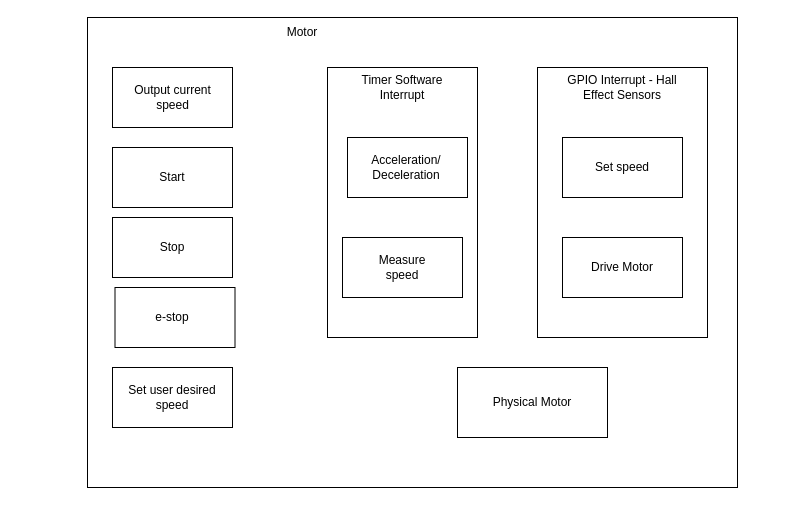
Before: State Diagram.drawio in Andreww72/Hellscape, a draw.io diagram. Source tidied: cells renumbered, new cells numbered last; positions are measured from the earlier drawing's top-left corner, leaving out a move shared by most shapes. Both pictures are drawn from the tidied source at 100%, with x=0, y=0 at pixel (87, 17).
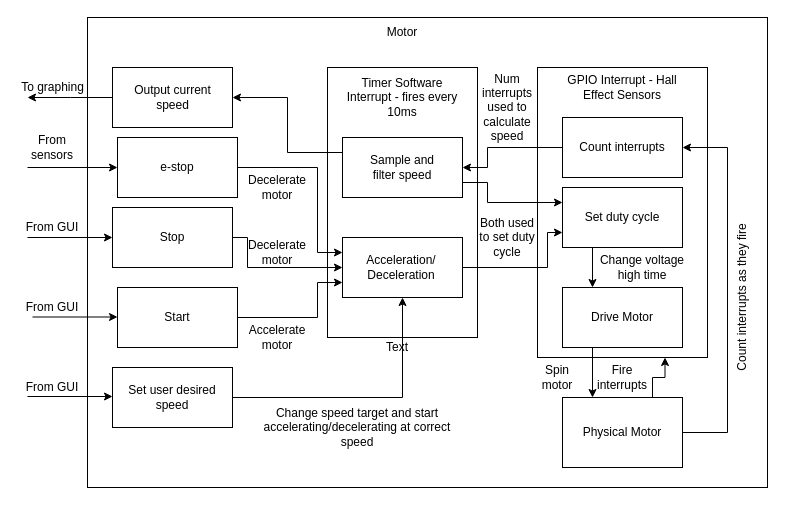
The same diagram, later.

Unchanged cells that the change refers to:
```xml
<mxCell id="3" style="group;" parent="1" vertex="1">
  <mxGeometry x="240" y="50" width="150" height="270" as="geometry" />
</mxCell>
<mxCell id="10" style="rounded=0;whiteSpace=wrap;html=1;" parent="9" vertex="1">
  <mxGeometry width="120" height="60" as="geometry" />
</mxCell>
<mxCell id="14" style="rounded=0;whiteSpace=wrap;html=1;" parent="13" vertex="1">
  <mxGeometry width="120" height="60" as="geometry" />
</mxCell>
<mxCell id="20" style="rounded=0;whiteSpace=wrap;html=1;" parent="19" vertex="1">
  <mxGeometry width="120" height="60" as="geometry" />
</mxCell>
<mxCell id="26" style="rounded=0;whiteSpace=wrap;html=1;" parent="25" vertex="1">
  <mxGeometry width="120" height="60" as="geometry" />
</mxCell>
<mxCell id="37" style="rounded=0;whiteSpace=wrap;html=1;" parent="36" vertex="1">
  <mxGeometry width="120" height="60" as="geometry" />
</mxCell>
```

Diff of the diagram source:
```diff
@@
     <mxCell id="2" style="rounded=0;whiteSpace=wrap;html=1;" parent="1" vertex="1">
-      <mxGeometry width="650" height="470" as="geometry" />
+      <mxGeometry width="680" height="470" as="geometry" />
     </mxCell>
@@
-    <mxCell id="4" style="rounded=0;whiteSpace=wrap;html=1;" parent="3" vertex="1">
+    <mxCell id="4" style="rounded=0;whiteSpace=wrap;html=1;strokeColor=#000000;" parent="3" vertex="1">
       <mxGeometry width="150" height="270" as="geometry" />
     </mxCell>
-    <mxCell id="5" value="Timer Software Interrupt" style="text;html=1;strokeColor=none;fillColor=none;align=center;verticalAlign=middle;whiteSpace=wrap;rounded=0;" parent="3" vertex="1">
-      <mxGeometry x="10" y="10" width="130" height="20" as="geometry" />
+    <mxCell id="5" value="Timer Software Interrupt - fires every 10ms" style="text;html=1;strokeColor=none;fillColor=none;align=center;verticalAlign=middle;whiteSpace=wrap;rounded=0;" parent="3" vertex="1">
+      <mxGeometry x="10" y="20" width="130" height="20" as="geometry" />
     </mxCell>
-    <mxCell id="6" style="group;" parent="3" vertex="1">
-      <mxGeometry x="20" y="70" width="120" height="60" as="geometry" />
-    </mxCell>
-    <mxCell id="7" style="rounded=0;whiteSpace=wrap;html=1;" parent="6" vertex="1">
-      <mxGeometry width="120" height="60" as="geometry" />
-    </mxCell>
-    <mxCell id="8" value="&lt;div&gt;Acceleration/&lt;/div&gt;&lt;div&gt;Deceleration&lt;/div&gt;" style="text;html=1;strokeColor=none;fillColor=none;align=center;verticalAlign=middle;whiteSpace=wrap;rounded=0;" parent="6" vertex="1">
-      <mxGeometry x="30" y="20" width="57.5" height="20" as="geometry" />
-    </mxCell>
     <mxCell id="9" style="group;" parent="3" vertex="1">
-      <mxGeometry x="15" y="170" width="120" height="60" as="geometry" />
+      <mxGeometry x="15" y="70" width="120" height="60" as="geometry" />
     </mxCell>
@@
-    <mxCell id="11" value="Measure speed" style="text;html=1;strokeColor=none;fillColor=none;align=center;verticalAlign=middle;whiteSpace=wrap;rounded=0;" parent="9" vertex="1">
-      <mxGeometry x="40" y="20" width="40" height="20" as="geometry" />
+    <mxCell id="11" value="Sample and filter speed" style="text;html=1;strokeColor=none;fillColor=none;align=center;verticalAlign=middle;whiteSpace=wrap;rounded=0;" parent="9" vertex="1">
+      <mxGeometry x="25" y="20" width="70" height="20" as="geometry" />
     </mxCell>
+    <mxCell id="6" style="group;" parent="3" vertex="1">
+      <mxGeometry x="15" y="170" width="120" height="60" as="geometry" />
+    </mxCell>
+    <mxCell id="39" style="group;" parent="6" vertex="1">
+      <mxGeometry width="120" height="60" as="geometry" />
+    </mxCell>
+    <mxCell id="7" style="rounded=0;whiteSpace=wrap;html=1;" parent="39" vertex="1">
+      <mxGeometry width="120" height="60" as="geometry" />
+    </mxCell>
+    <mxCell id="8" value="&lt;div&gt;Acceleration/&lt;/div&gt;&lt;div&gt;Deceleration&lt;/div&gt;" style="text;html=1;strokeColor=none;fillColor=none;align=center;verticalAlign=middle;whiteSpace=wrap;rounded=0;" parent="39" vertex="1">
+      <mxGeometry x="30" y="20" width="57.5" height="20" as="geometry" />
+    </mxCell>
     <mxCell id="12" value="Motor" style="text;html=1;strokeColor=none;fillColor=none;align=center;verticalAlign=middle;whiteSpace=wrap;rounded=0;" parent="1" vertex="1">
-      <mxGeometry x="160" width="110" height="30" as="geometry" />
+      <mxGeometry x="260" width="110" height="30" as="geometry" />
     </mxCell>
@@
-    <mxCell id="16" style="group;" parent="1" vertex="1">
-      <mxGeometry x="25" y="130" width="120" height="60" as="geometry" />
-    </mxCell>
-    <mxCell id="17" style="rounded=0;whiteSpace=wrap;html=1;" parent="16" vertex="1">
-      <mxGeometry width="120" height="60" as="geometry" />
-    </mxCell>
-    <mxCell id="18" value="Start" style="text;html=1;strokeColor=none;fillColor=none;align=center;verticalAlign=middle;whiteSpace=wrap;rounded=0;" parent="16" vertex="1">
-      <mxGeometry x="30" y="20" width="60" height="20" as="geometry" />
-    </mxCell>
     <mxCell id="19" style="group;" parent="1" vertex="1">
-      <mxGeometry x="25" y="200" width="120" height="60" as="geometry" />
+      <mxGeometry x="25" y="190" width="120" height="60" as="geometry" />
     </mxCell>
@@
-    <mxCell id="22" style="group;" parent="1" vertex="1">
-      <mxGeometry x="27.5" y="270" width="120" height="60" as="geometry" />
-    </mxCell>
-    <mxCell id="23" style="rounded=0;whiteSpace=wrap;html=1;" parent="22" vertex="1">
-      <mxGeometry width="120" height="60" as="geometry" />
-    </mxCell>
-    <mxCell id="24" value="e-stop" style="text;html=1;strokeColor=none;fillColor=none;align=center;verticalAlign=middle;whiteSpace=wrap;rounded=0;" parent="22" vertex="1">
-      <mxGeometry x="37.5" y="20" width="40" height="20" as="geometry" />
-    </mxCell>
@@
     <mxCell id="28" style="rounded=0;whiteSpace=wrap;html=1;" parent="1" vertex="1">
-      <mxGeometry x="450" y="50" width="170" height="270" as="geometry" />
+      <mxGeometry x="450" y="50" width="170" height="290" as="geometry" />
     </mxCell>
     <mxCell id="29" style="group;" parent="1" vertex="1">
-      <mxGeometry x="370" y="350" width="150" height="70" as="geometry" />
+      <mxGeometry x="460" y="380" width="150" height="70" as="geometry" />
     </mxCell>
     <mxCell id="30" style="rounded=0;whiteSpace=wrap;html=1;" parent="29" vertex="1">
-      <mxGeometry width="150" height="70" as="geometry" />
+      <mxGeometry x="15" width="120" height="70" as="geometry" />
     </mxCell>
@@
     <mxCell id="33" style="group;" parent="1" vertex="1">
-      <mxGeometry x="475" y="220" width="120" height="60" as="geometry" />
+      <mxGeometry x="475" y="250" width="150" height="60" as="geometry" />
     </mxCell>
+    <mxCell id="40" style="group;" parent="33" vertex="1">
+      <mxGeometry y="20" width="120" height="60" as="geometry" />
+    </mxCell>
-    <mxCell id="34" style="rounded=0;whiteSpace=wrap;html=1;" parent="33" vertex="1">
+    <mxCell id="34" style="rounded=0;whiteSpace=wrap;html=1;" parent="40" vertex="1">
       <mxGeometry width="120" height="60" as="geometry" />
     </mxCell>
-    <mxCell id="35" value="Drive Motor" style="text;html=1;strokeColor=none;fillColor=none;align=center;verticalAlign=middle;whiteSpace=wrap;rounded=0;" parent="33" vertex="1">
+    <mxCell id="35" value="Drive Motor" style="text;html=1;strokeColor=none;fillColor=none;align=center;verticalAlign=middle;whiteSpace=wrap;rounded=0;" parent="40" vertex="1">
       <mxGeometry x="15" y="20" width="90" height="20" as="geometry" />
     </mxCell>
     <mxCell id="36" style="group;" parent="1" vertex="1">
-      <mxGeometry x="475" y="120" width="120" height="60" as="geometry" />
+      <mxGeometry x="475" y="170" width="120" height="60" as="geometry" />
     </mxCell>
@@
-    <mxCell id="38" value="Set speed" style="text;html=1;strokeColor=none;fillColor=none;align=center;verticalAlign=middle;whiteSpace=wrap;rounded=0;" parent="36" vertex="1">
+    <mxCell id="38" value="Set duty cycle" style="text;html=1;strokeColor=none;fillColor=none;align=center;verticalAlign=middle;whiteSpace=wrap;rounded=0;" parent="36" vertex="1">
       <mxGeometry x="15" y="20" width="90" height="20" as="geometry" />
     </mxCell>
+    <mxCell id="41" style="edgeStyle=orthogonalEdgeStyle;rounded=0;jettySize=auto;html=1;exitX=0.25;exitY=1;exitDx=0;exitDy=0;entryX=0.25;entryY=0;entryDx=0;entryDy=0;" parent="1" edge="1" source="37" target="34">
+      <mxGeometry relative="1" as="geometry" />
+    </mxCell>
+    <mxCell id="42" style="edgeStyle=orthogonalEdgeStyle;rounded=0;jettySize=auto;html=1;exitX=1;exitY=0.75;exitDx=0;exitDy=0;entryX=0;entryY=0.25;entryDx=0;entryDy=0;" parent="1" edge="1" source="10" target="37">
+      <mxGeometry relative="1" as="geometry">
+        <Array as="points">
+          <mxPoint x="400" y="165" />
+          <mxPoint x="400" y="185" />
+        </Array>
+      </mxGeometry>
+    </mxCell>
+    <mxCell id="43" style="edgeStyle=orthogonalEdgeStyle;rounded=0;jettySize=auto;html=1;exitX=1;exitY=0.5;exitDx=0;exitDy=0;entryX=0;entryY=0.75;entryDx=0;entryDy=0;" parent="1" edge="1" source="7" target="37">
+      <mxGeometry relative="1" as="geometry">
+        <Array as="points">
+          <mxPoint x="460" y="250" />
+          <mxPoint x="460" y="215" />
+        </Array>
+      </mxGeometry>
+    </mxCell>
+    <mxCell id="44" style="edgeStyle=orthogonalEdgeStyle;rounded=0;jettySize=auto;html=1;exitX=0;exitY=0.25;exitDx=0;exitDy=0;entryX=1;entryY=0.5;entryDx=0;entryDy=0;" parent="1" edge="1" source="10" target="14">
+      <mxGeometry relative="1" as="geometry" />
+    </mxCell>
+    <mxCell id="45" style="edgeStyle=orthogonalEdgeStyle;rounded=0;jettySize=auto;html=1;exitX=1;exitY=0.5;exitDx=0;exitDy=0;entryX=0.5;entryY=1;entryDx=0;entryDy=0;" parent="1" edge="1" source="26" target="7">
+      <mxGeometry relative="1" as="geometry" />
+    </mxCell>
+    <mxCell id="46" style="edgeStyle=orthogonalEdgeStyle;rounded=0;jettySize=auto;html=1;exitX=1;exitY=0.5;exitDx=0;exitDy=0;entryX=0;entryY=0.75;entryDx=0;entryDy=0;" parent="1" edge="1" source="55" target="7">
+      <mxGeometry relative="1" as="geometry">
+        <Array as="points">
+          <mxPoint x="230" y="300" />
+          <mxPoint x="230" y="265" />
+        </Array>
+      </mxGeometry>
+    </mxCell>
+    <mxCell id="47" style="edgeStyle=orthogonalEdgeStyle;rounded=0;jettySize=auto;html=1;exitX=1;exitY=0.5;exitDx=0;exitDy=0;entryX=0;entryY=0.5;entryDx=0;entryDy=0;" parent="1" edge="1" source="20" target="7">
+      <mxGeometry relative="1" as="geometry">
+        <Array as="points">
+          <mxPoint x="160" y="220" />
+          <mxPoint x="160" y="250" />
+        </Array>
+      </mxGeometry>
+    </mxCell>
+    <mxCell id="48" style="edgeStyle=orthogonalEdgeStyle;rounded=0;jettySize=auto;html=1;exitX=1;exitY=0.5;exitDx=0;exitDy=0;entryX=0;entryY=0.25;entryDx=0;entryDy=0;" parent="1" edge="1" target="7">
+      <mxGeometry relative="1" as="geometry">
+        <mxPoint x="145" y="150" as="sourcePoint" />
+        <Array as="points">
+          <mxPoint x="230" y="150" />
+          <mxPoint x="230" y="235" />
+        </Array>
+      </mxGeometry>
+    </mxCell>
+    <mxCell id="49" style="group;" parent="1" vertex="1">
+      <mxGeometry x="475" y="100" width="120" height="60" as="geometry" />
+    </mxCell>
+    <mxCell id="50" style="rounded=0;whiteSpace=wrap;html=1;" parent="49" vertex="1">
+      <mxGeometry width="120" height="60" as="geometry" />
+    </mxCell>
+    <mxCell id="51" value="Count interrupts" style="text;html=1;strokeColor=none;fillColor=none;align=center;verticalAlign=middle;whiteSpace=wrap;rounded=0;" parent="49" vertex="1">
+      <mxGeometry x="15" y="20" width="90" height="20" as="geometry" />
+    </mxCell>
+    <mxCell id="52" style="edgeStyle=orthogonalEdgeStyle;rounded=0;jettySize=auto;html=1;exitX=0;exitY=0.5;exitDx=0;exitDy=0;entryX=1;entryY=0.5;entryDx=0;entryDy=0;" parent="1" edge="1" source="50" target="10">
+      <mxGeometry relative="1" as="geometry">
+        <Array as="points">
+          <mxPoint x="400" y="130" />
+          <mxPoint x="400" y="150" />
+        </Array>
+      </mxGeometry>
+    </mxCell>
+    <mxCell id="53" style="edgeStyle=orthogonalEdgeStyle;rounded=0;jettySize=auto;html=1;exitX=0;exitY=0.5;exitDx=0;exitDy=0;" parent="1" edge="1" source="14">
+      <mxGeometry relative="1" as="geometry">
+        <mxPoint x="-60" y="80" as="targetPoint" />
+      </mxGeometry>
+    </mxCell>
+    <mxCell id="54" style="group;" parent="1" vertex="1">
+      <mxGeometry x="30" y="270" width="120" height="60" as="geometry" />
+    </mxCell>
+    <mxCell id="55" style="rounded=0;whiteSpace=wrap;html=1;" parent="54" vertex="1">
+      <mxGeometry width="120" height="60" as="geometry" />
+    </mxCell>
+    <mxCell id="18" value="Start" style="text;html=1;strokeColor=none;fillColor=none;align=center;verticalAlign=middle;whiteSpace=wrap;rounded=0;" parent="54" vertex="1">
+      <mxGeometry x="40" y="20" width="40" height="20" as="geometry" />
+    </mxCell>
+    <mxCell id="56" style="group;" parent="1" vertex="1">
+      <mxGeometry x="30" y="120" width="120" height="60" as="geometry" />
+    </mxCell>
+    <mxCell id="57" style="rounded=0;whiteSpace=wrap;html=1;" parent="56" vertex="1">
+      <mxGeometry width="120" height="60" as="geometry" />
+    </mxCell>
+    <mxCell id="24" value="&lt;div&gt;e-stop&lt;/div&gt;" style="text;html=1;strokeColor=none;fillColor=none;align=center;verticalAlign=middle;whiteSpace=wrap;rounded=0;" parent="56" vertex="1">
+      <mxGeometry x="40" y="20" width="40" height="20" as="geometry" />
+    </mxCell>
+    <mxCell id="58" style="endArrow=classic;html=1;" parent="1" edge="1">
+      <mxGeometry relative="1" as="geometry">
+        <mxPoint x="-60" y="150" as="sourcePoint" />
+        <mxPoint x="30" y="150" as="targetPoint" />
+      </mxGeometry>
+    </mxCell>
+    <mxCell id="59" style="endArrow=classic;html=1;" parent="1" edge="1">
+      <mxGeometry relative="1" as="geometry">
+        <mxPoint x="-60" y="220" as="sourcePoint" />
+        <mxPoint x="25" y="220" as="targetPoint" />
+      </mxGeometry>
+    </mxCell>
+    <mxCell id="60" style="endArrow=classic;html=1;" parent="1" edge="1">
+      <mxGeometry relative="1" as="geometry">
+        <mxPoint x="-55" y="299.5" as="sourcePoint" />
+        <mxPoint x="30" y="299.5" as="targetPoint" />
+      </mxGeometry>
+    </mxCell>
+    <mxCell id="61" style="endArrow=classic;html=1;" parent="1" edge="1">
+      <mxGeometry relative="1" as="geometry">
+        <mxPoint x="-60" y="379" as="sourcePoint" />
+        <mxPoint x="25" y="379" as="targetPoint" />
+      </mxGeometry>
+    </mxCell>
+    <mxCell id="62" value="From sensors" style="text;html=1;strokeColor=none;fillColor=none;align=center;verticalAlign=middle;whiteSpace=wrap;rounded=0;" parent="1" vertex="1">
+      <mxGeometry x="-70" y="120" width="70" height="20" as="geometry" />
+    </mxCell>
+    <mxCell id="63" value="From GUI" style="text;html=1;strokeColor=none;fillColor=none;align=center;verticalAlign=middle;whiteSpace=wrap;rounded=0;" parent="1" vertex="1">
+      <mxGeometry x="-70" y="200" width="70" height="20" as="geometry" />
+    </mxCell>
+    <mxCell id="64" value="From GUI" style="text;html=1;strokeColor=none;fillColor=none;align=center;verticalAlign=middle;whiteSpace=wrap;rounded=0;" parent="1" vertex="1">
+      <mxGeometry x="-70" y="280" width="70" height="20" as="geometry" />
+    </mxCell>
+    <mxCell id="65" value="From GUI" style="text;html=1;strokeColor=none;fillColor=none;align=center;verticalAlign=middle;whiteSpace=wrap;rounded=0;" parent="1" vertex="1">
+      <mxGeometry x="-70" y="360" width="70" height="20" as="geometry" />
+    </mxCell>
+    <mxCell id="66" value="To graphing" style="text;html=1;strokeColor=none;fillColor=none;align=center;verticalAlign=middle;whiteSpace=wrap;rounded=0;" parent="1" vertex="1">
+      <mxGeometry x="-67.5" y="60" width="65" height="20" as="geometry" />
+    </mxCell>
+    <mxCell id="67" style="edgeStyle=orthogonalEdgeStyle;rounded=0;jettySize=auto;html=1;exitX=0.25;exitY=1;exitDx=0;exitDy=0;entryX=0.25;entryY=0;entryDx=0;entryDy=0;" parent="1" edge="1" source="34" target="30">
+      <mxGeometry relative="1" as="geometry" />
+    </mxCell>
+    <mxCell id="68" style="edgeStyle=orthogonalEdgeStyle;rounded=0;jettySize=auto;html=1;exitX=0.75;exitY=0;exitDx=0;exitDy=0;entryX=0.75;entryY=1;entryDx=0;entryDy=0;" parent="1" edge="1" source="30" target="28">
+      <mxGeometry relative="1" as="geometry" />
+    </mxCell>
+    <mxCell id="69" style="edgeStyle=orthogonalEdgeStyle;rounded=0;jettySize=auto;html=1;exitX=1;exitY=0.5;exitDx=0;exitDy=0;entryX=1;entryY=0.5;entryDx=0;entryDy=0;" parent="1" edge="1" source="30" target="50">
+      <mxGeometry relative="1" as="geometry">
+        <Array as="points">
+          <mxPoint x="640" y="415" />
+          <mxPoint x="640" y="130" />
+        </Array>
+      </mxGeometry>
+    </mxCell>
+    <mxCell id="70" value="Change speed target and start accelerating/decelerating at correct speed" style="text;html=1;strokeColor=none;fillColor=none;align=center;verticalAlign=middle;whiteSpace=wrap;rounded=0;" parent="1" vertex="1">
+      <mxGeometry x="160" y="400" width="220" height="20" as="geometry" />
+    </mxCell>
+    <mxCell id="71" value="Accelerate motor" style="text;html=1;strokeColor=none;fillColor=none;align=center;verticalAlign=middle;whiteSpace=wrap;rounded=0;" parent="1" vertex="1">
+      <mxGeometry x="160" y="310" width="60" height="20" as="geometry" />
+    </mxCell>
+    <mxCell id="72" value="Decelerate motor" style="text;html=1;strokeColor=none;fillColor=none;align=center;verticalAlign=middle;whiteSpace=wrap;rounded=0;" parent="1" vertex="1">
+      <mxGeometry x="170" y="225" width="40" height="20" as="geometry" />
+    </mxCell>
+    <mxCell id="73" value="Decelerate motor" style="text;html=1;strokeColor=none;fillColor=none;align=center;verticalAlign=middle;whiteSpace=wrap;rounded=0;" parent="1" vertex="1">
+      <mxGeometry x="170" y="160" width="40" height="20" as="geometry" />
+    </mxCell>
+    <mxCell id="74" value="Num interrupts used to calculate speed" style="text;html=1;strokeColor=none;fillColor=none;align=center;verticalAlign=middle;whiteSpace=wrap;rounded=0;" parent="1" vertex="1">
+      <mxGeometry x="400" y="80" width="40" height="20" as="geometry" />
+    </mxCell>
+    <mxCell id="75" value="Both used to set duty cycle" style="text;html=1;strokeColor=none;fillColor=none;align=center;verticalAlign=middle;whiteSpace=wrap;rounded=0;" parent="1" vertex="1">
+      <mxGeometry x="390" y="210" width="60" height="20" as="geometry" />
+    </mxCell>
+    <mxCell id="76" value="Text" style="text;html=1;strokeColor=none;fillColor=none;align=center;verticalAlign=middle;whiteSpace=wrap;rounded=0;" parent="1" vertex="1">
+      <mxGeometry x="290" y="320" width="40" height="20" as="geometry" />
+    </mxCell>
+    <mxCell id="77" value="Change voltage high time" style="text;html=1;strokeColor=none;fillColor=none;align=center;verticalAlign=middle;whiteSpace=wrap;rounded=0;" parent="1" vertex="1">
+      <mxGeometry x="510" y="240" width="90" height="20" as="geometry" />
+    </mxCell>
+    <mxCell id="78" value="Spin motor" style="text;html=1;strokeColor=none;fillColor=none;align=center;verticalAlign=middle;whiteSpace=wrap;rounded=0;" parent="1" vertex="1">
+      <mxGeometry x="440" y="350" width="60" height="20" as="geometry" />
+    </mxCell>
+    <mxCell id="79" value="Fire interrupts" style="text;html=1;strokeColor=none;fillColor=none;align=center;verticalAlign=middle;whiteSpace=wrap;rounded=0;" parent="1" vertex="1">
+      <mxGeometry x="505" y="350" width="60" height="20" as="geometry" />
+    </mxCell>
+    <mxCell id="80" value="&lt;div&gt;Count interrupts as they fire&lt;/div&gt;" style="text;html=1;strokeColor=none;fillColor=none;align=center;verticalAlign=middle;whiteSpace=wrap;rounded=0;rotation=-90;" parent="1" vertex="1">
+      <mxGeometry x="580" y="270" width="150" height="20" as="geometry" />
+    </mxCell>
```
